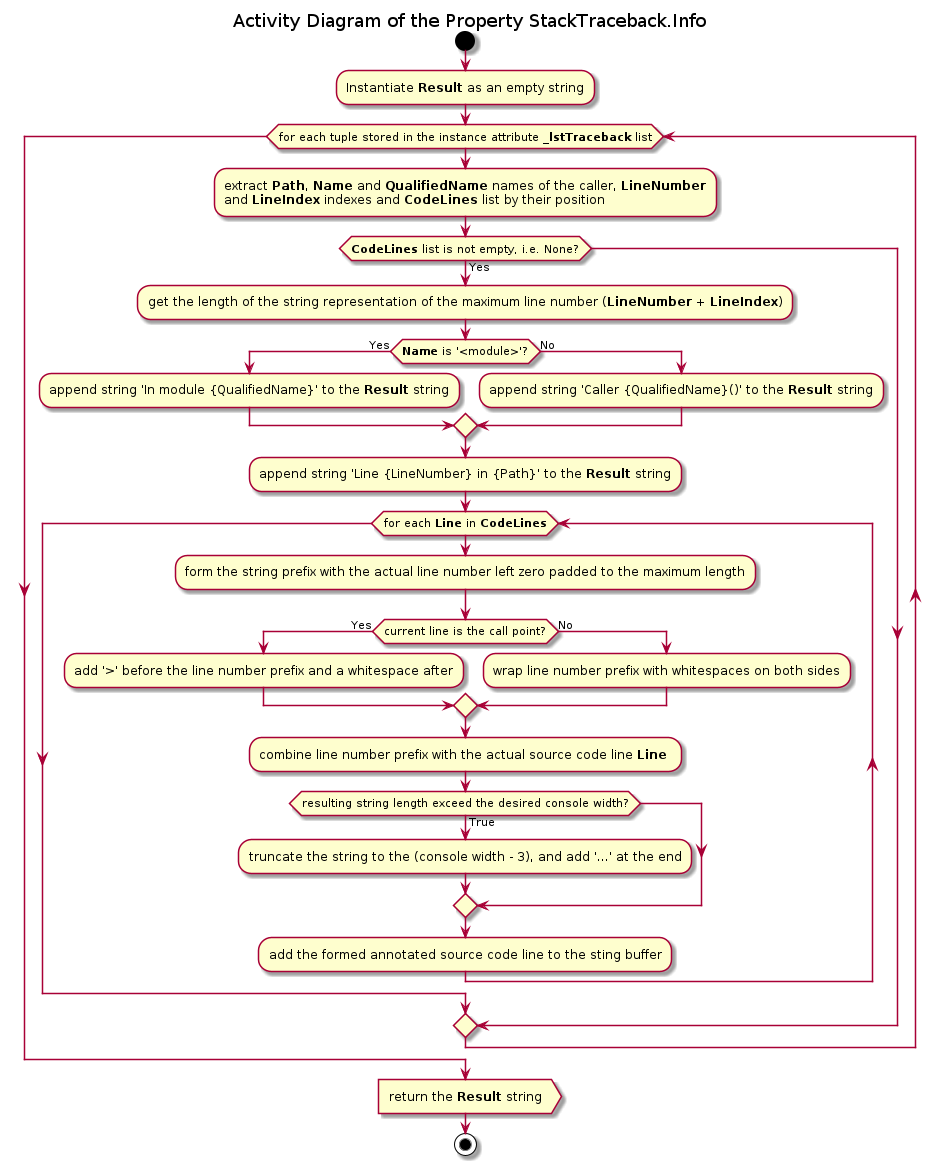
This is Documentation/UML/traceback/traceback_stacktraceback_info.png from FooBarShebang/introspection_lib, a PlantUML export, as it was before one commit.
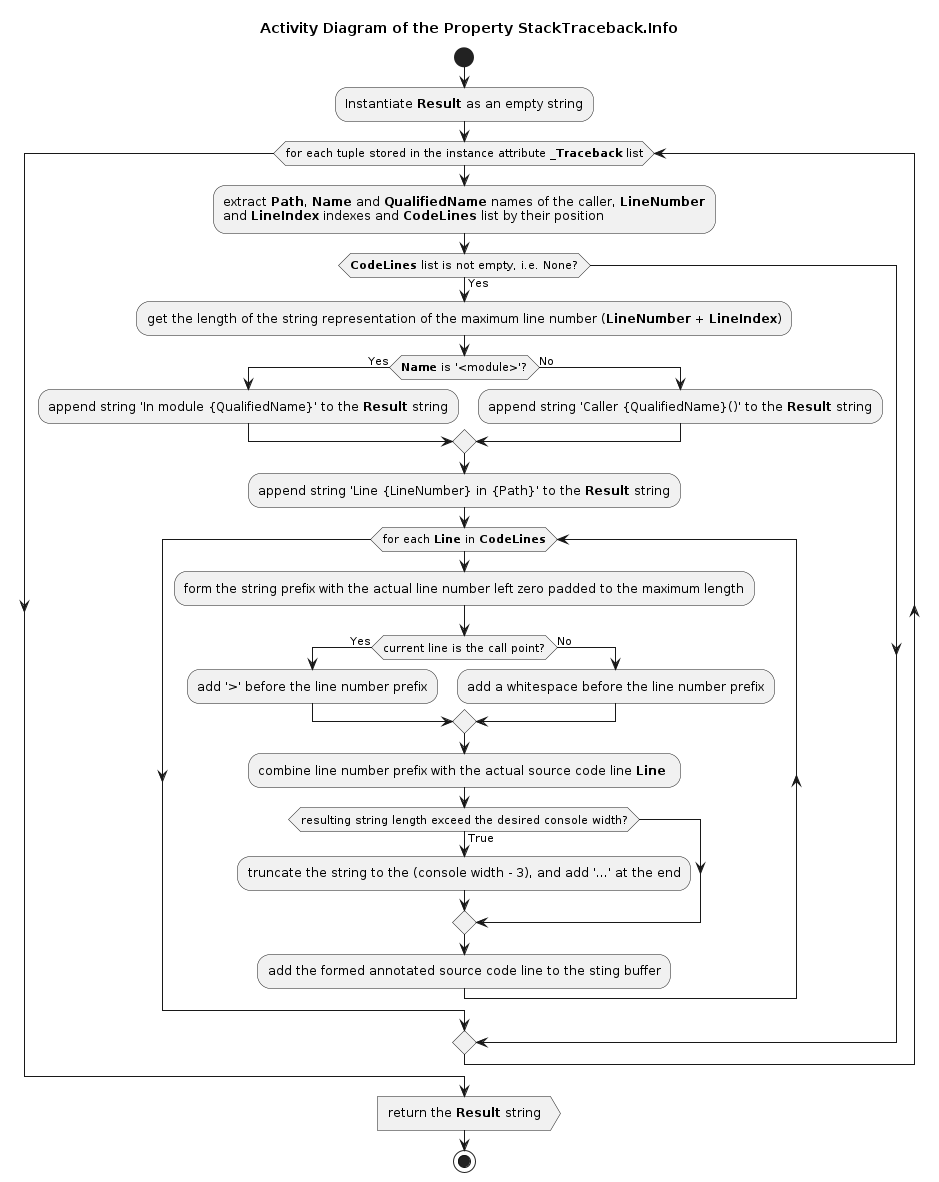
After the change.

Diff of the diagram source:
```diff
@@ -6,7 +6,7 @@
 
 :Instantiate <b>Result</b> as an empty string;
 
-while (for each tuple stored in the instance attribute <b>_lstTraceback</b> list)
+while (for each tuple stored in the instance attribute <b>_Traceback</b> list)
     :extract <b>Path</b>, <b>Name</b> and <b>QualifiedName</b> names of the caller, <b>LineNumber</b>\nand <b>LineIndex</b> indexes and <b>CodeLines</b> list by their position;
 
     if (<b>CodeLines</b> list is not empty, i.e. None?) then (Yes)
@@ -24,9 +24,9 @@
             :form the string prefix with the actual line number left zero padded to the maximum length;
 
             if (current line is the call point?) then (Yes)
-                :add '>' before the line number prefix and a whitespace after;
+                :add '>' before the line number prefix;
             else (No)
-                :wrap line number prefix with whitespaces on both sides;
+                :add a whitespace before the line number prefix;
             endif
 
             :combine line number prefix with the actual source code line <b>Line</b> ;
```
